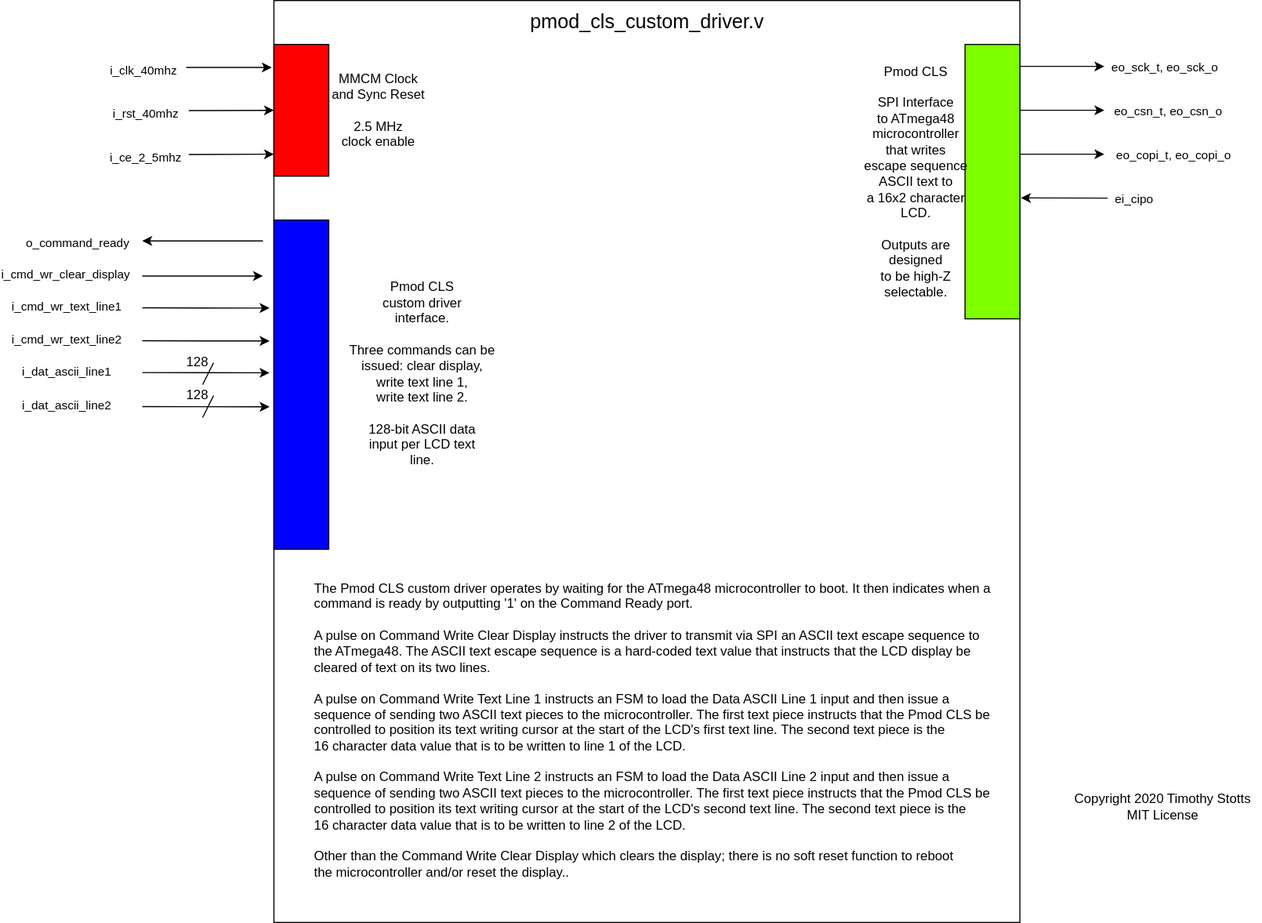
Earlier version of the draw.io export SF-Tester-Design-Documents/SF-Tester-Design-Diagrams-CLS-ports.svg (timothystotts/fpga-serial-mem-tester-1). Source tidied: cells renumbered, new cells last; positions are measured from the earlier drawing's top-left corner, leaving out a move shared by most shapes.
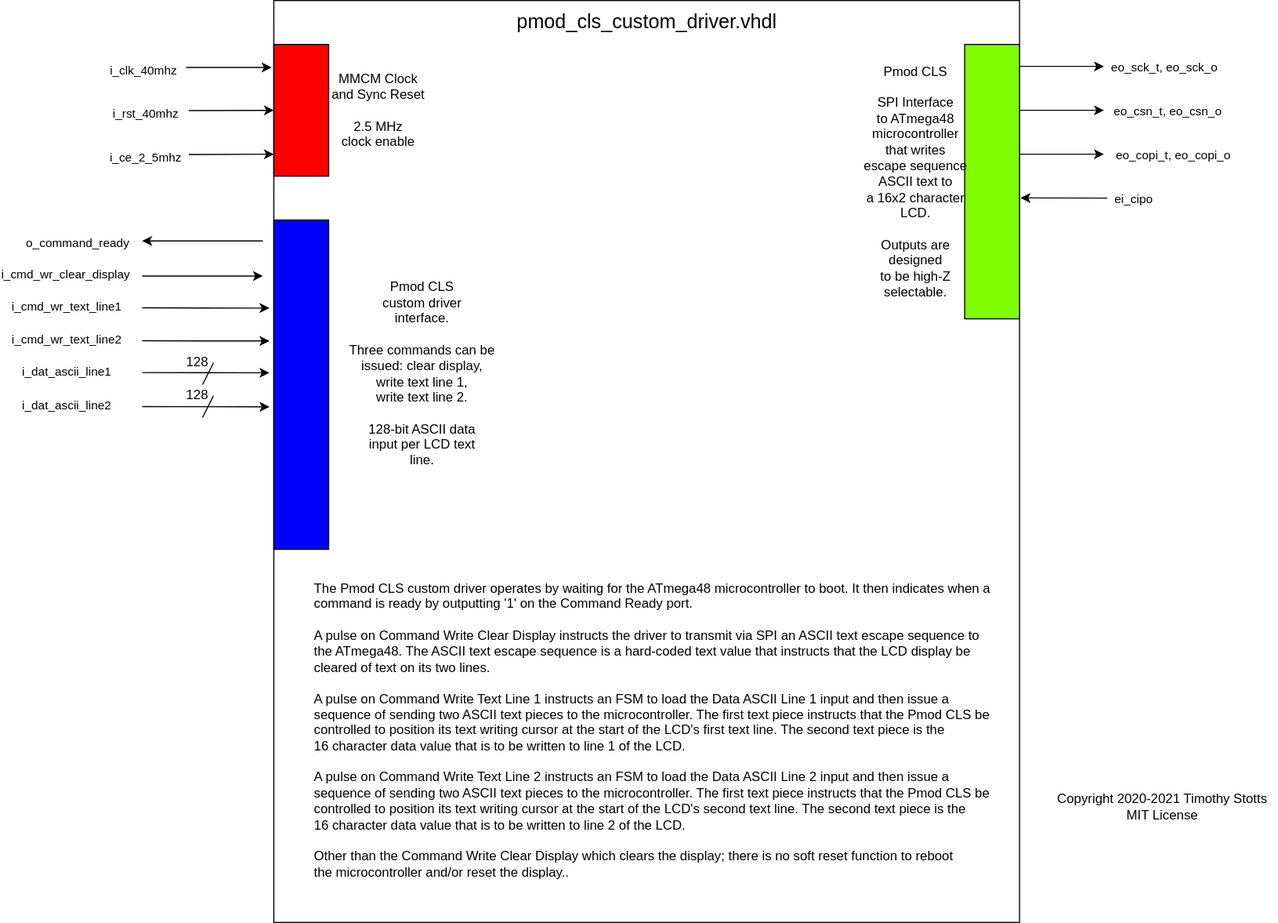
Later version of the same file.

Commit message:
Diagrams document was updated to Rev 10A to include internal ports diagrams of SF3 Custom Driver and CLS Custom Driver.

The edit, as a diff of the source:
```diff
@@ -5,8 +5,8 @@
     <mxCell id="2" style="rounded=0;whiteSpace=wrap;html=1;fillColor=none;" parent="1" vertex="1">
       <mxGeometry x="120" width="680" height="840" as="geometry" />
     </mxCell>
-    <mxCell id="3" value="&lt;font style=&quot;font-size: 18px&quot;&gt;pmod_cls_custom_driver.v&lt;/font&gt;" style="text;html=1;align=center;verticalAlign=middle;fillColor=none;strokeColor=none;rounded=0;" parent="1" vertex="1">
-      <mxGeometry x="345" y="10" width="230" height="20" as="geometry" />
+    <mxCell id="3" value="&lt;font style=&quot;font-size: 18px&quot;&gt;pmod_cls_custom_driver.vhdl&lt;/font&gt;" style="text;html=1;align=center;verticalAlign=middle;fillColor=none;strokeColor=none;rounded=0;" parent="1" vertex="1">
+      <mxGeometry x="335" y="10" width="250" height="20" as="geometry" />
     </mxCell>
     <mxCell id="4" style="endArrow=classic;html=1;" parent="1" edge="1">
       <mxGeometry relative="1" as="geometry">
@@ -161,8 +161,8 @@
     <mxCell id="34" value="The Pmod CLS custom driver operates by waiting for the ATmega48 microcontroller to boot. It then indicates when a&lt;br&gt;command is ready by outputting '1' on the Command Ready port.&lt;br&gt;&lt;br&gt;A pulse on Command Write Clear Display instructs the driver to transmit via SPI an ASCII text escape sequence to&lt;br&gt;the ATmega48. The ASCII text escape sequence is a hard-coded text value that instructs that the LCD display be&lt;br&gt;cleared of text on its two lines.&lt;br&gt;&lt;br&gt;A pulse on Command Write Text Line 1 instructs an FSM to load the Data ASCII Line 1 input and then issue a&lt;br&gt;sequence of sending two ASCII text pieces to the microcontroller. The first text piece instructs that the Pmod CLS be&lt;br&gt;controlled to position its text writing cursor at the start of the LCD's first text line. The second text piece is the&lt;br&gt;16 character data value that is to be written to line 1 of the LCD.&lt;br&gt;&lt;br&gt;A pulse on Command Write Text Line 2 instructs an FSM to load the Data ASCII Line 2 input and then issue a&lt;br&gt;sequence of sending two ASCII text pieces to the microcontroller. The first text piece instructs that the Pmod CLS be&lt;br&gt;controlled to position its text writing cursor at the start of the LCD's second text line. The second text piece is the&lt;br&gt;16 character data value that is to be written to line 2 of the LCD.&lt;br&gt;&lt;br&gt;Other than the Command Write Clear Display which clears the display; there is no soft reset function to reboot &lt;br&gt;the microcontroller and/or reset the display.." style="text;html=1;align=left;verticalAlign=middle;fillColor=none;strokeColor=none;rounded=0;" parent="1" vertex="1">
       <mxGeometry x="155" y="530" width="630" height="270" as="geometry" />
     </mxCell>
-    <mxCell id="35" value="Copyright 2020 Timothy Stotts&lt;br&gt;MIT License" style="text;html=1;align=center;verticalAlign=middle;" parent="1" vertex="1">
-      <mxGeometry x="840" y="720" width="180" height="30" as="geometry" />
+    <mxCell id="35" value="Copyright 2020-2021 Timothy Stotts&lt;br&gt;MIT License" style="text;html=1;align=center;verticalAlign=middle;" parent="1" vertex="1">
+      <mxGeometry x="825" y="720" width="210" height="30" as="geometry" />
     </mxCell>
     <mxCell id="36" style="endArrow=classic;html=1;entryX=-0.005;entryY=0.037;entryDx=0;entryDy=0;entryPerimeter=0;" parent="1" edge="1">
       <mxGeometry relative="1" as="geometry">
```
